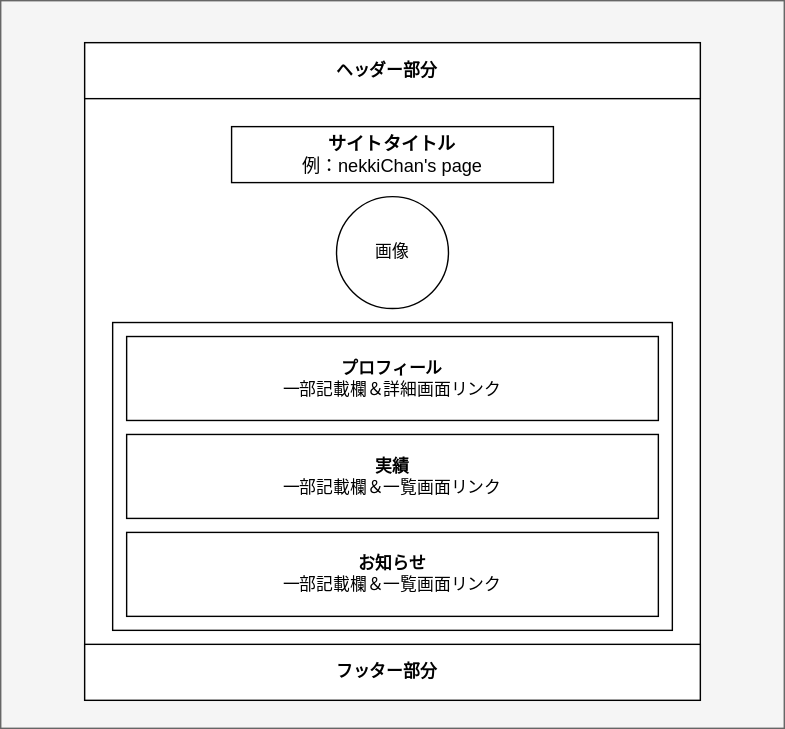
Above: SpecificationDocuments/draw/img/portfolio-home.svg in nekkiChan/Portfolio (draw.io), before the change. Source tidied: cells renumbered, new cells last; positions are measured from the earlier drawing's top-left corner, leaving out a move shared by most shapes.
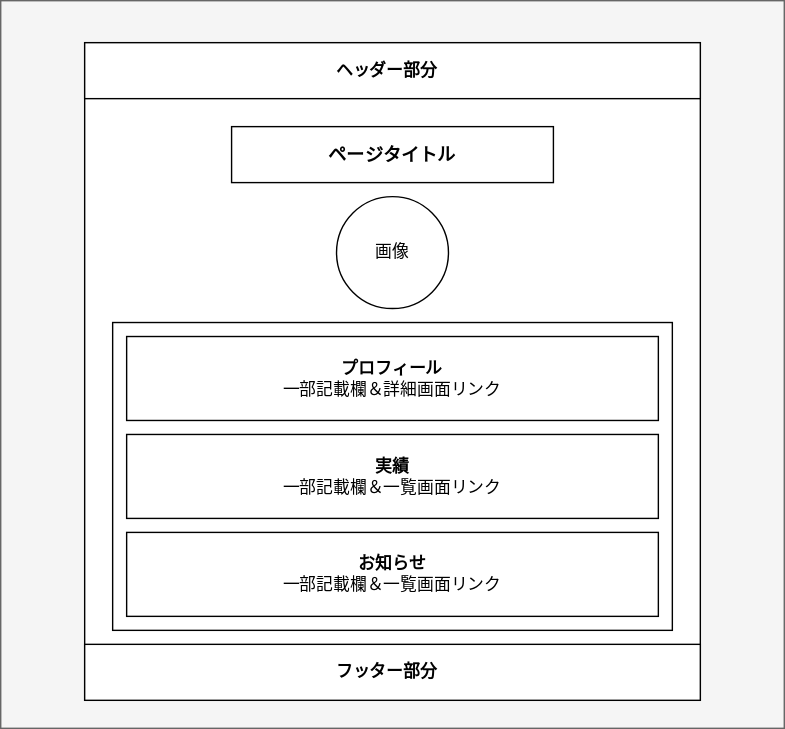
After the commit.

What changed in the source:
```diff
@@ -8,7 +8,7 @@
     <mxCell id="3" style="rounded=0;whiteSpace=wrap;html=1;" parent="1" vertex="1">
       <mxGeometry x="60" y="30" width="440" height="470" as="geometry" />
     </mxCell>
-    <mxCell id="4" value="&lt;font style=&quot;font-size: 13px;&quot;&gt;&lt;b&gt;サイトタイトル&lt;/b&gt;&lt;br&gt;例：nekkiChan's page&lt;/font&gt;" style="rounded=0;whiteSpace=wrap;html=1;align=center;strokeColor=default;" parent="1" vertex="1">
+    <mxCell id="4" value="&lt;span style=&quot;font-size: 13px;&quot;&gt;&lt;b&gt;ページタイトル&lt;/b&gt;&lt;/span&gt;" style="rounded=0;whiteSpace=wrap;html=1;align=center;strokeColor=default;" parent="1" vertex="1">
       <mxGeometry x="165" y="90" width="230" height="40" as="geometry" />
     </mxCell>
     <mxCell id="5" value="&lt;b&gt;ヘッダー部分&lt;span style=&quot;white-space: pre;&quot;&gt;&#9;&lt;/span&gt;&lt;/b&gt;" style="rounded=0;whiteSpace=wrap;html=1;align=center;" parent="1" vertex="1">
```
